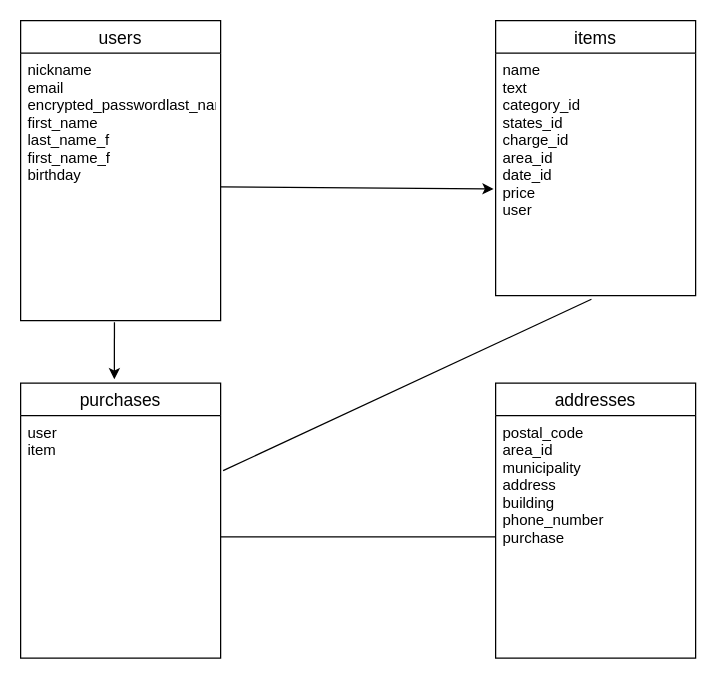
The draw.io diagram furima_test.dio in taiga-kishimoto-2233/furima-30343, before the edit. Source tidied: cells renumbered, new cells numbered last; positions are measured from the earlier drawing's top-left corner, leaving out a move shared by most shapes. Both pictures are drawn from the tidied source at 125%, with x=0, y=0 at pixel (20, 20).
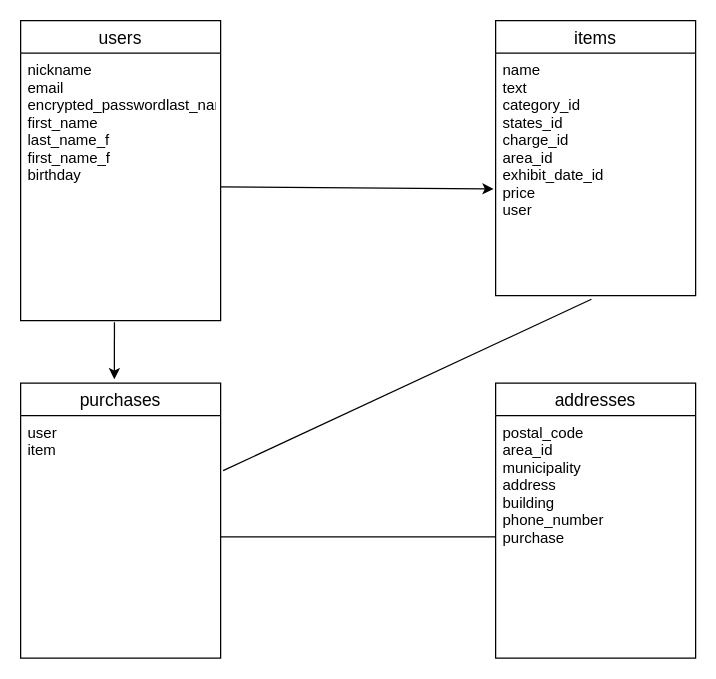
The same page after the edit.

Change to the diagram source:
```diff
@@
 <mxGraphModel>
   <root>
     <mxCell id="0" />
     <mxCell id="1" parent="0" />
     <mxCell id="2" value="users" style="swimlane;fontStyle=0;horizontal=1;startSize=26;align=center;fontSize=14;" parent="1" vertex="1">
       <mxGeometry width="160" height="240" as="geometry" />
     </mxCell>
     <mxCell id="3" value="nickname   &#10;email        &#10;encrypted_passwordlast_name    &#10;first_name    &#10;last_name_f &#10;first_name_f &#10;birthday  " style="text;strokeColor=none;fillColor=none;spacingLeft=4;spacingRight=4;overflow=hidden;points=[[0,0.5],[1,0.5]];portConstraint=eastwest;fontSize=12;" parent="2" vertex="1">
       <mxGeometry y="26" width="160" height="214" as="geometry" />
     </mxCell>
     <mxCell id="4" value="items" style="swimlane;fontStyle=0;horizontal=1;startSize=26;align=center;fontSize=14;" parent="1" vertex="1">
       <mxGeometry x="380" width="160" height="220" as="geometry" />
     </mxCell>
-    <mxCell id="5" value="name   &#10;text        &#10;category_id&#10;states_id   &#10;charge_id &#10;area_id     &#10;date_id     &#10;price      &#10;user     " style="text;strokeColor=none;fillColor=none;spacingLeft=4;spacingRight=4;overflow=hidden;points=[[0,0.5],[1,0.5]];portConstraint=eastwest;fontSize=12;" parent="4" vertex="1">
+    <mxCell id="5" value="name   &#10;text        &#10;category_id&#10;states_id   &#10;charge_id &#10;area_id     &#10;exhibit_date_id     &#10;price      &#10;user     " style="text;strokeColor=none;fillColor=none;spacingLeft=4;spacingRight=4;overflow=hidden;points=[[0,0.5],[1,0.5]];portConstraint=eastwest;fontSize=12;" parent="4" vertex="1">
       <mxGeometry y="26" width="160" height="194" as="geometry" />
     </mxCell>
     <mxCell id="6" value="purchases" style="swimlane;fontStyle=0;horizontal=1;startSize=26;align=center;fontSize=14;" parent="1" vertex="1">
       <mxGeometry y="290" width="160" height="220" as="geometry" />
     </mxCell>
     <mxCell id="7" value="user   &#10;item     " style="text;strokeColor=none;fillColor=none;spacingLeft=4;spacingRight=4;overflow=hidden;points=[[0,0.5],[1,0.5]];portConstraint=eastwest;fontSize=12;" parent="6" vertex="1">
       <mxGeometry y="26" width="160" height="194" as="geometry" />
     </mxCell>
     <mxCell id="8" style="endArrow=classic;html=1;exitX=0.469;exitY=1.006;exitDx=0;exitDy=0;exitPerimeter=0;" parent="1" edge="1" source="3">
       <mxGeometry relative="1" as="geometry">
         <mxPoint x="75" y="287" as="targetPoint" />
       </mxGeometry>
     </mxCell>
     <mxCell id="9" style="endArrow=classic;html=1;exitX=1;exitY=0.5;exitDx=0;exitDy=0;entryX=-0.01;entryY=0.56;entryDx=0;entryDy=0;entryPerimeter=0;" parent="1" edge="1" source="3" target="5">
       <mxGeometry relative="1" as="geometry" />
     </mxCell>
     <mxCell id="10" style="endArrow=none;html=1;entryX=0.479;entryY=1.015;entryDx=0;entryDy=0;entryPerimeter=0;" parent="1" edge="1" target="5">
       <mxGeometry relative="1" as="geometry">
         <mxPoint x="162" y="360" as="sourcePoint" />
       </mxGeometry>
     </mxCell>
     <mxCell id="11" value="addresses" style="swimlane;fontStyle=0;horizontal=1;startSize=26;align=center;fontSize=14;" parent="1" vertex="1">
       <mxGeometry x="380" y="290" width="160" height="220" as="geometry" />
     </mxCell>
     <mxCell id="12" value="postal_code &#10;area_id  &#10;municipality &#10;address     &#10;building     &#10;phone_number&#10;purchase" style="text;strokeColor=none;fillColor=none;spacingLeft=4;spacingRight=4;overflow=hidden;points=[[0,0.5],[1,0.5]];portConstraint=eastwest;fontSize=12;" parent="11" vertex="1">
       <mxGeometry y="26" width="160" height="194" as="geometry" />
     </mxCell>
     <mxCell id="13" style="endArrow=none;html=1;entryX=0;entryY=0.5;entryDx=0;entryDy=0;exitX=1;exitY=0.5;exitDx=0;exitDy=0;" parent="1" edge="1" source="7" target="12">
       <mxGeometry relative="1" as="geometry" />
     </mxCell>
   </root>
 </mxGraphModel>
```
